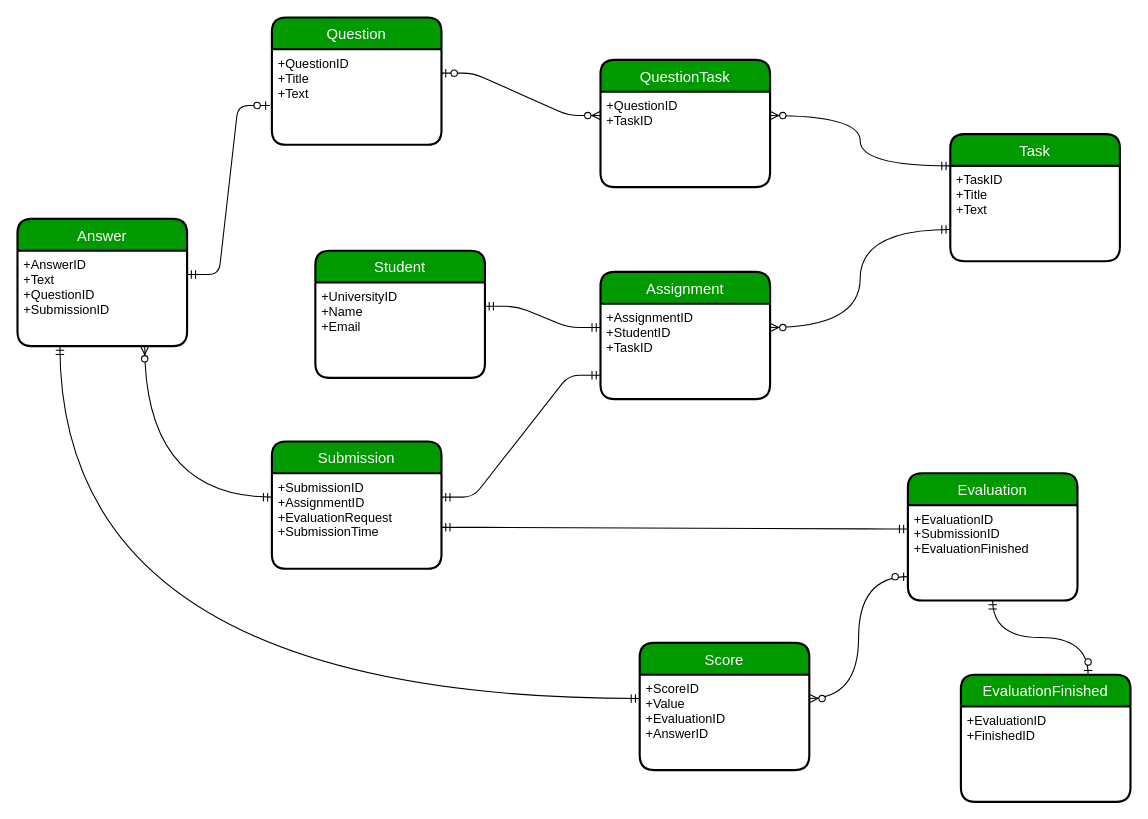
Above: schema_updated.drawio in avdmerbel/EfDS_assignment_Group12 (draw.io), before the change. Source tidied: cells renumbered, new cells numbered last; positions are measured from the earlier drawing's top-left corner, leaving out a move shared by most shapes. Both pictures are drawn from the tidied source at 106%, with x=0, y=0 at pixel (17, 17).
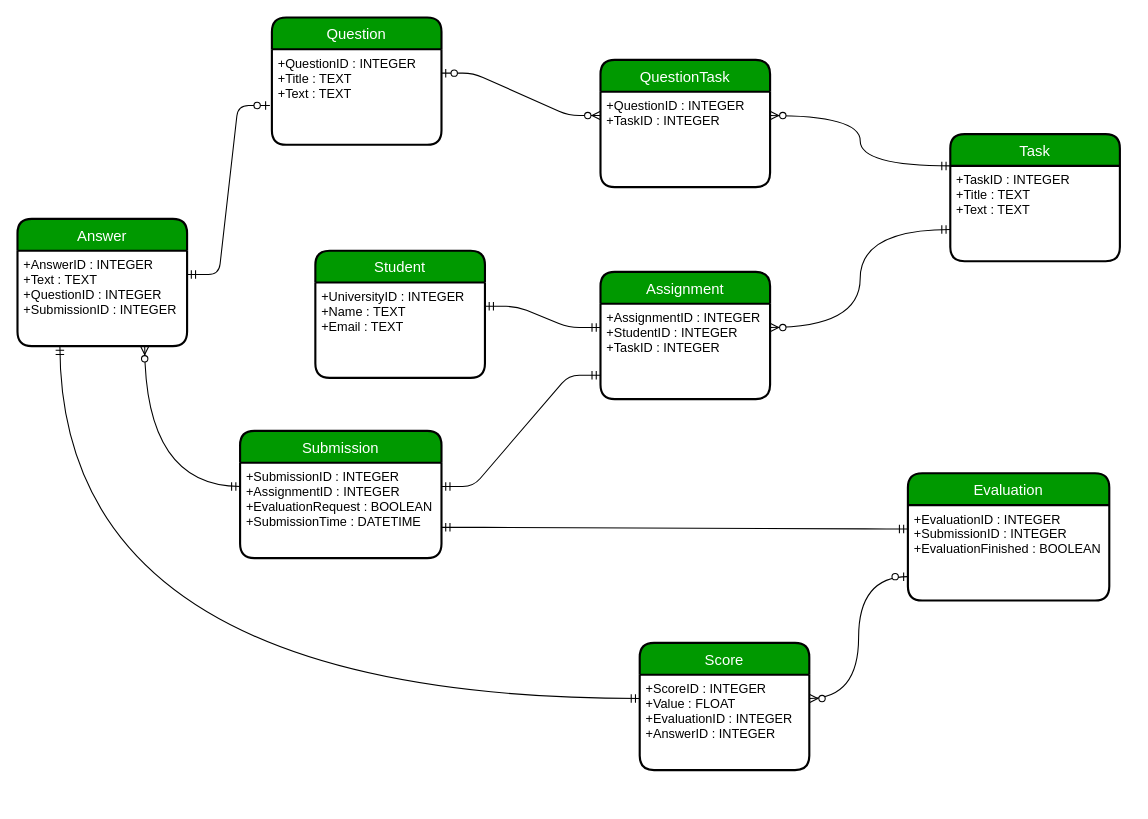
The same diagram, later.

Commit message (it also covers changes not shown here):
updated schema with data types

The change refers to these unchanged cells:
```xml
<mxCell id="5" value="Question" style="swimlane;horizontal=1;startSize=30;fillColor=#009900;fontColor=#FFFFFF;rounded=1;fontSize=14;fontStyle=0;strokeWidth=2;shadow=0;dashed=0;align=center;" parent="1" vertex="1">
  <mxGeometry x="240" width="160" height="120" as="geometry" />
</mxCell>
<mxCell id="11" value="Score" style="swimlane;horizontal=1;startSize=30;fillColor=#009900;fontColor=#FFFFFF;rounded=1;fontSize=14;fontStyle=0;strokeWidth=2;shadow=0;dashed=0;align=center;" parent="1" vertex="1">
  <mxGeometry x="587" y="590" width="160" height="120" as="geometry" />
</mxCell>
<mxCell id="18" value="QuestionTask" style="swimlane;horizontal=1;startSize=30;fillColor=#009900;fontColor=#FFFFFF;rounded=1;fontSize=14;fontStyle=0;strokeWidth=2;shadow=0;dashed=0;align=center;" parent="1" vertex="1">
  <mxGeometry x="550" y="40" width="160" height="120" as="geometry" />
</mxCell>
<mxCell id="21" value="Task" style="swimlane;horizontal=1;startSize=30;fillColor=#009900;fontColor=#FFFFFF;rounded=1;fontSize=14;fontStyle=0;strokeWidth=2;shadow=0;dashed=0;align=center;" parent="1" vertex="1">
  <mxGeometry x="880" y="110" width="160" height="120" as="geometry" />
</mxCell>
<mxCell id="23" value="Assignment" style="swimlane;horizontal=1;startSize=30;fillColor=#009900;fontColor=#FFFFFF;rounded=1;fontSize=14;fontStyle=0;strokeWidth=2;shadow=0;dashed=0;align=center;" parent="1" vertex="1">
  <mxGeometry x="550" y="240" width="160" height="120" as="geometry" />
</mxCell>
<mxCell id="26" value="Student" style="swimlane;horizontal=1;startSize=30;fillColor=#009900;fontColor=#FFFFFF;rounded=1;fontSize=14;fontStyle=0;strokeWidth=2;shadow=0;dashed=0;align=center;" parent="1" vertex="1">
  <mxGeometry x="281" y="220" width="160" height="120" as="geometry" />
</mxCell>
<mxCell id="28" value="Answer" style="swimlane;horizontal=1;startSize=30;fillColor=#009900;fontColor=#FFFFFF;rounded=1;fontSize=14;fontStyle=0;strokeWidth=2;shadow=0;dashed=0;align=center;" parent="1" vertex="1">
  <mxGeometry y="190" width="160" height="120" as="geometry" />
</mxCell>
```

Diff of the diagram source:
```diff
@@
-    <mxCell id="6" value="+QuestionID&#10;+Title&#10;+Text" style="align=left;strokeColor=none;fillColor=none;spacingLeft=4;fontSize=12;verticalAlign=top;" parent="5" vertex="1">
+    <mxCell id="6" value="+QuestionID : INTEGER&#10;+Title : TEXT&#10;+Text : TEXT" style="align=left;strokeColor=none;fillColor=none;spacingLeft=4;fontSize=12;verticalAlign=top;" parent="5" vertex="1">
       <mxGeometry y="30" width="160" height="90" as="geometry" />
     </mxCell>
@@
     <mxCell id="9" value="Evaluation" style="swimlane;horizontal=1;startSize=30;fillColor=#009900;fontColor=#FFFFFF;rounded=1;fontSize=14;fontStyle=0;strokeWidth=2;shadow=0;dashed=0;align=center;" parent="1" vertex="1">
-      <mxGeometry x="840" y="430" width="160" height="120" as="geometry" />
+      <mxGeometry x="840" y="430" width="190" height="120" as="geometry" />
     </mxCell>
-    <mxCell id="10" value="+EvaluationID&#10;+SubmissionID&#10;+EvaluationFinished&#10;" style="align=left;strokeColor=none;fillColor=none;spacingLeft=4;fontSize=12;verticalAlign=top;" parent="9" vertex="1">
-      <mxGeometry y="30" width="160" height="90" as="geometry" />
+    <mxCell id="10" value="+EvaluationID : INTEGER&#10;+SubmissionID : INTEGER&#10;+EvaluationFinished : BOOLEAN&#10;" style="align=left;strokeColor=none;fillColor=none;spacingLeft=4;fontSize=12;verticalAlign=top;" parent="9" vertex="1">
+      <mxGeometry y="30" width="190" height="90" as="geometry" />
     </mxCell>
@@
-    <mxCell id="12" value="+ScoreID&#10;+Value&#10;+EvaluationID&#10;+AnswerID&#10;" style="align=left;strokeColor=none;fillColor=none;spacingLeft=4;fontSize=12;verticalAlign=top;" parent="11" vertex="1">
+    <mxCell id="12" value="+ScoreID : INTEGER&#10;+Value : FLOAT&#10;+EvaluationID : INTEGER&#10;+AnswerID : INTEGER&#10;" style="align=left;strokeColor=none;fillColor=none;spacingLeft=4;fontSize=12;verticalAlign=top;" parent="11" vertex="1">
       <mxGeometry y="30" width="160" height="90" as="geometry" />
     </mxCell>
@@
-    <mxCell id="15" value="EvaluationFinished" style="swimlane;horizontal=1;startSize=30;fillColor=#009900;fontColor=#FFFFFF;rounded=1;fontSize=14;fontStyle=0;strokeWidth=2;shadow=0;dashed=0;align=center;" parent="1" vertex="1">
-      <mxGeometry x="890" y="620" width="160" height="120" as="geometry" />
-    </mxCell>
-    <mxCell id="16" value="+EvaluationID&#10;+FinishedID" style="align=left;strokeColor=none;fillColor=none;spacingLeft=4;fontSize=12;verticalAlign=top;" parent="15" vertex="1">
-      <mxGeometry y="30" width="160" height="90" as="geometry" />
-    </mxCell>
-    <mxCell id="17" style="edgeStyle=orthogonalEdgeStyle;fontSize=12;html=1;endArrow=ERzeroToOne;startArrow=ERmandOne;entryX=0.75;entryY=0;entryDx=0;entryDy=0;exitX=0.5;exitY=1;exitDx=0;exitDy=0;curved=1;" parent="1" edge="1" source="10" target="15">
-      <mxGeometry relative="1" as="geometry" />
-    </mxCell>
@@
-    <mxCell id="19" value="+QuestionID&#10;+TaskID" style="align=left;strokeColor=none;fillColor=none;spacingLeft=4;fontSize=12;verticalAlign=top;" parent="18" vertex="1">
+    <mxCell id="19" value="+QuestionID : INTEGER&#10;+TaskID : INTEGER" style="align=left;strokeColor=none;fillColor=none;spacingLeft=4;fontSize=12;verticalAlign=top;" parent="18" vertex="1">
       <mxGeometry y="30" width="160" height="90" as="geometry" />
     </mxCell>
@@
-    <mxCell id="22" value="+TaskID&#10;+Title&#10;+Text" style="align=left;strokeColor=none;fillColor=none;spacingLeft=4;fontSize=12;verticalAlign=top;" parent="21" vertex="1">
+    <mxCell id="22" value="+TaskID : INTEGER&#10;+Title : TEXT&#10;+Text : TEXT" style="align=left;strokeColor=none;fillColor=none;spacingLeft=4;fontSize=12;verticalAlign=top;" parent="21" vertex="1">
       <mxGeometry y="30" width="160" height="90" as="geometry" />
     </mxCell>
@@
-    <mxCell id="24" value="+AssignmentID&#10;+StudentID&#10;+TaskID&#10;" style="align=left;strokeColor=none;fillColor=none;spacingLeft=4;fontSize=12;verticalAlign=top;" parent="23" vertex="1">
+    <mxCell id="24" value="+AssignmentID : INTEGER&#10;+StudentID : INTEGER &#10;+TaskID : INTEGER&#10;" style="align=left;strokeColor=none;fillColor=none;spacingLeft=4;fontSize=12;verticalAlign=top;" parent="23" vertex="1">
       <mxGeometry y="30" width="160" height="90" as="geometry" />
     </mxCell>
@@
-    <mxCell id="27" value="+UniversityID&#10;+Name&#10;+Email" style="align=left;strokeColor=none;fillColor=none;spacingLeft=4;fontSize=12;verticalAlign=top;" parent="26" vertex="1">
+    <mxCell id="27" value="+UniversityID : INTEGER&#10;+Name : TEXT&#10;+Email : TEXT" style="align=left;strokeColor=none;fillColor=none;spacingLeft=4;fontSize=12;verticalAlign=top;" parent="26" vertex="1">
       <mxGeometry y="30" width="160" height="90" as="geometry" />
     </mxCell>
@@
-    <mxCell id="29" value="+AnswerID&#10;+Text&#10;+QuestionID&#10;+SubmissionID" style="align=left;strokeColor=none;fillColor=none;spacingLeft=4;fontSize=12;verticalAlign=top;" parent="28" vertex="1">
+    <mxCell id="29" value="+AnswerID : INTEGER&#10;+Text : TEXT&#10;+QuestionID : INTEGER&#10;+SubmissionID : INTEGER" style="align=left;strokeColor=none;fillColor=none;spacingLeft=4;fontSize=12;verticalAlign=top;" parent="28" vertex="1">
       <mxGeometry y="30" width="160" height="90" as="geometry" />
     </mxCell>
+    <mxCell id="32" style="edgeStyle=orthogonalEdgeStyle;fontSize=12;html=1;endArrow=ERzeroToMany;startArrow=ERmandOne;entryX=0.75;entryY=1;entryDx=0;entryDy=0;exitX=0;exitY=0.25;exitDx=0;exitDy=0;curved=1;" parent="1" edge="1" source="31" target="29">
+      <mxGeometry relative="1" as="geometry" />
+    </mxCell>
+    <mxCell id="33" style="edgeStyle=entityRelationEdgeStyle;fontSize=12;html=1;endArrow=ERmandOne;startArrow=ERmandOne;entryX=0;entryY=0.25;entryDx=0;entryDy=0;" parent="1" edge="1" target="10">
+      <mxGeometry relative="1" as="geometry">
+        <mxPoint x="400" y="481" as="sourcePoint" />
+      </mxGeometry>
+    </mxCell>
     <mxCell id="30" value="Submission" style="swimlane;horizontal=1;startSize=30;fillColor=#009900;fontColor=#FFFFFF;rounded=1;fontSize=14;fontStyle=0;strokeWidth=2;shadow=0;dashed=0;align=center;" parent="1" vertex="1">
-      <mxGeometry x="240" y="400" width="160" height="120" as="geometry" />
+      <mxGeometry x="210" y="390" width="190" height="120" as="geometry" />
     </mxCell>
-    <mxCell id="31" value="+SubmissionID&#10;+AssignmentID&#10;+EvaluationRequest&#10;+SubmissionTime" style="align=left;strokeColor=none;fillColor=none;spacingLeft=4;fontSize=12;verticalAlign=top;" parent="30" vertex="1">
-      <mxGeometry y="30" width="160" height="90" as="geometry" />
+    <mxCell id="31" value="+SubmissionID : INTEGER&#10;+AssignmentID : INTEGER&#10;+EvaluationRequest : BOOLEAN&#10;+SubmissionTime : DATETIME" style="align=left;strokeColor=none;fillColor=none;spacingLeft=4;fontSize=12;verticalAlign=top;" parent="30" vertex="1">
+      <mxGeometry y="30" width="190" height="90" as="geometry" />
     </mxCell>
-    <mxCell id="32" style="edgeStyle=orthogonalEdgeStyle;fontSize=12;html=1;endArrow=ERzeroToMany;startArrow=ERmandOne;entryX=0.75;entryY=1;entryDx=0;entryDy=0;exitX=0;exitY=0.25;exitDx=0;exitDy=0;curved=1;" parent="1" edge="1" source="31" target="29">
-      <mxGeometry relative="1" as="geometry" />
-    </mxCell>
-    <mxCell id="33" style="edgeStyle=entityRelationEdgeStyle;fontSize=12;html=1;endArrow=ERmandOne;startArrow=ERmandOne;entryX=0;entryY=0.25;entryDx=0;entryDy=0;" parent="1" edge="1" target="10">
-      <mxGeometry relative="1" as="geometry">
-        <mxPoint x="400" y="481" as="sourcePoint" />
-      </mxGeometry>
-    </mxCell>
```
